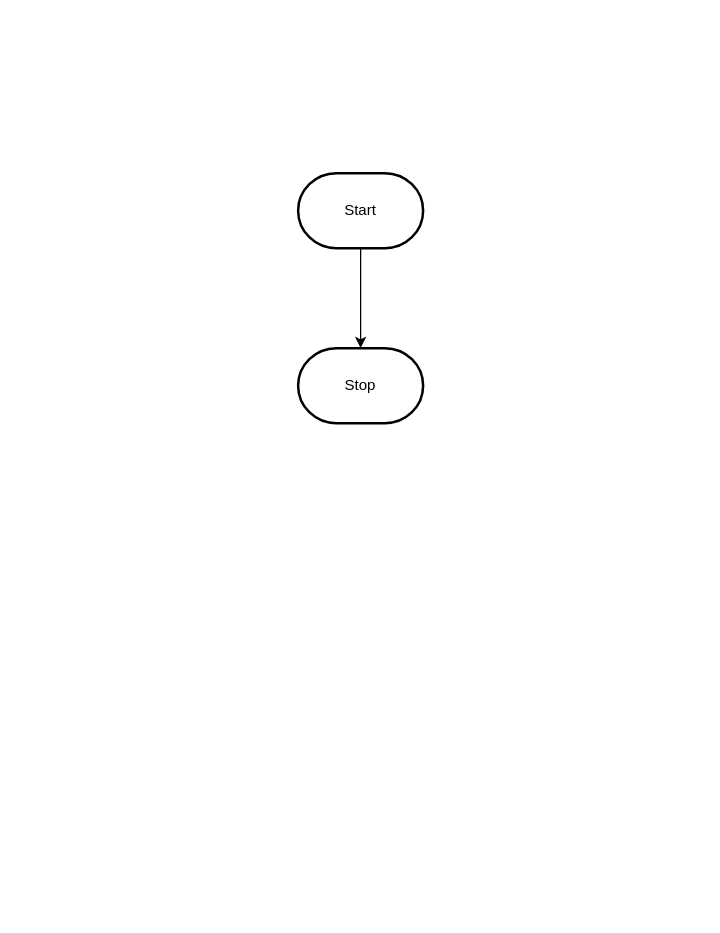
The draw.io diagram design/flowchart.drawio in MTHS-ICD2O-1-2023/ICD2O-Unit-3-02-david-ezenwa, before the edit. Source tidied: cells renumbered, new cells numbered last; positions are measured from the earlier drawing's top-left corner, leaving out a move shared by most shapes. Both pictures are drawn from the tidied source at 125%, with x=0, y=0 at pixel (298, 172).
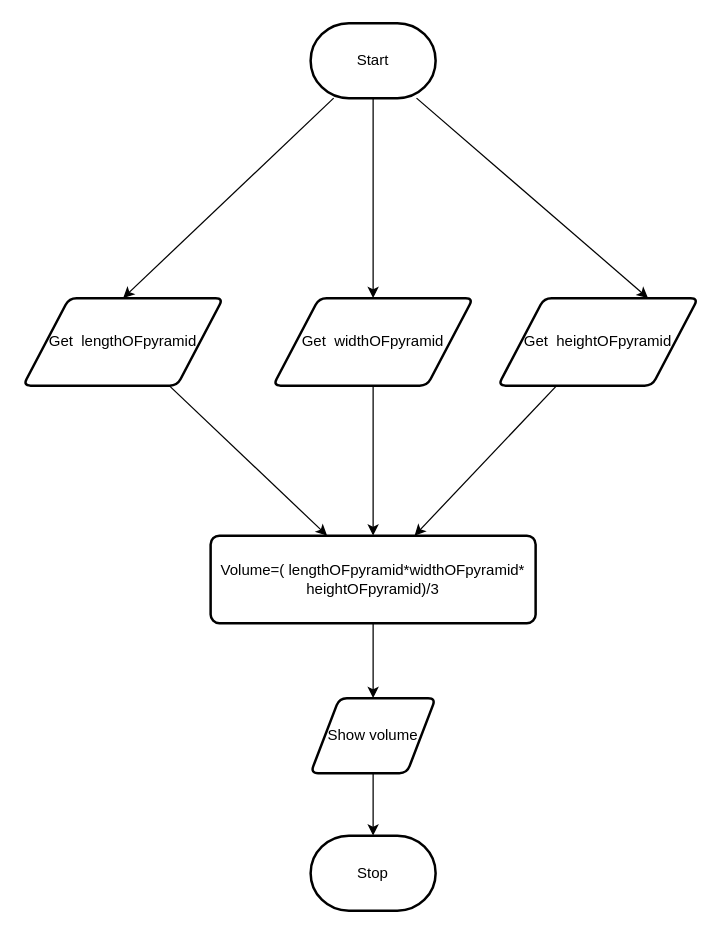
The same diagram, later.

Commit message:
finished flowchart

What changed in the source:
```diff
@@
 <mxGraphModel>
   <root>
     <mxCell id="0" />
     <mxCell id="1" parent="0" />
-    <mxCell id="2" style="edgeStyle=orthogonalEdgeStyle;html=1;rounded=0;" parent="1" edge="1" source="3" target="4">
-      <mxGeometry relative="1" as="geometry" />
-    </mxCell>
+    <mxCell id="5" style="edgeStyle=none;html=1;entryX=0.5;entryY=0;entryDx=0;entryDy=0;" parent="1" edge="1" source="3" target="9">
+      <mxGeometry relative="1" as="geometry" />
+    </mxCell>
+    <mxCell id="6" style="edgeStyle=none;html=1;" parent="1" edge="1" source="3" target="11">
+      <mxGeometry relative="1" as="geometry" />
+    </mxCell>
+    <mxCell id="7" style="edgeStyle=none;html=1;entryX=0.75;entryY=0;entryDx=0;entryDy=0;" parent="1" edge="1" source="3" target="13">
+      <mxGeometry relative="1" as="geometry" />
+    </mxCell>
     <mxCell id="3" value="Start" style="strokeWidth=2;html=1;shape=mxgraph.flowchart.terminator;whiteSpace=wrap;" parent="1" vertex="1">
-      <mxGeometry width="100" height="60" as="geometry" />
+      <mxGeometry x="10" y="-120" width="100" height="60" as="geometry" />
     </mxCell>
     <mxCell id="4" value="Stop" style="strokeWidth=2;html=1;shape=mxgraph.flowchart.terminator;whiteSpace=wrap;" parent="1" vertex="1">
-      <mxGeometry y="140" width="100" height="60" as="geometry" />
+      <mxGeometry x="10" y="530" width="100" height="60" as="geometry" />
     </mxCell>
+    <mxCell id="8" style="edgeStyle=none;html=1;" parent="1" edge="1" source="9" target="15">
+      <mxGeometry relative="1" as="geometry" />
+    </mxCell>
+    <mxCell id="9" value="Get&amp;nbsp; lengthOFpyramid" style="shape=parallelogram;html=1;strokeWidth=2;perimeter=parallelogramPerimeter;whiteSpace=wrap;rounded=1;arcSize=12;size=0.23;" parent="1" vertex="1">
+      <mxGeometry x="-220" y="100" width="160" height="70" as="geometry" />
+    </mxCell>
+    <mxCell id="10" style="edgeStyle=none;html=1;" parent="1" edge="1" source="11" target="15">
+      <mxGeometry relative="1" as="geometry" />
+    </mxCell>
+    <mxCell id="11" value="Get&amp;nbsp; widthOFpyramid" style="shape=parallelogram;html=1;strokeWidth=2;perimeter=parallelogramPerimeter;whiteSpace=wrap;rounded=1;arcSize=12;size=0.23;" parent="1" vertex="1">
+      <mxGeometry x="-20" y="100" width="160" height="70" as="geometry" />
+    </mxCell>
+    <mxCell id="12" style="edgeStyle=none;html=1;" parent="1" edge="1" source="13" target="15">
+      <mxGeometry relative="1" as="geometry" />
+    </mxCell>
+    <mxCell id="13" value="Get&amp;nbsp; heightOFpyramid" style="shape=parallelogram;html=1;strokeWidth=2;perimeter=parallelogramPerimeter;whiteSpace=wrap;rounded=1;arcSize=12;size=0.23;" parent="1" vertex="1">
+      <mxGeometry x="160" y="100" width="160" height="70" as="geometry" />
+    </mxCell>
+    <mxCell id="14" style="edgeStyle=none;html=1;" parent="1" edge="1" source="15" target="17">
+      <mxGeometry relative="1" as="geometry" />
+    </mxCell>
+    <mxCell id="15" value="Volume=(&amp;nbsp;lengthOFpyramid*widthOFpyramid*&lt;br&gt;heightOFpyramid)/3" style="rounded=1;whiteSpace=wrap;html=1;absoluteArcSize=1;arcSize=14;strokeWidth=2;" parent="1" vertex="1">
+      <mxGeometry x="-70" y="290" width="260" height="70" as="geometry" />
+    </mxCell>
+    <mxCell id="16" style="edgeStyle=none;html=1;" parent="1" edge="1" source="17" target="4">
+      <mxGeometry relative="1" as="geometry" />
+    </mxCell>
+    <mxCell id="17" value="Show volume" style="shape=parallelogram;html=1;strokeWidth=2;perimeter=parallelogramPerimeter;whiteSpace=wrap;rounded=1;arcSize=12;size=0.23;" parent="1" vertex="1">
+      <mxGeometry x="10" y="420" width="100" height="60" as="geometry" />
+    </mxCell>
   </root>
 </mxGraphModel>
```
